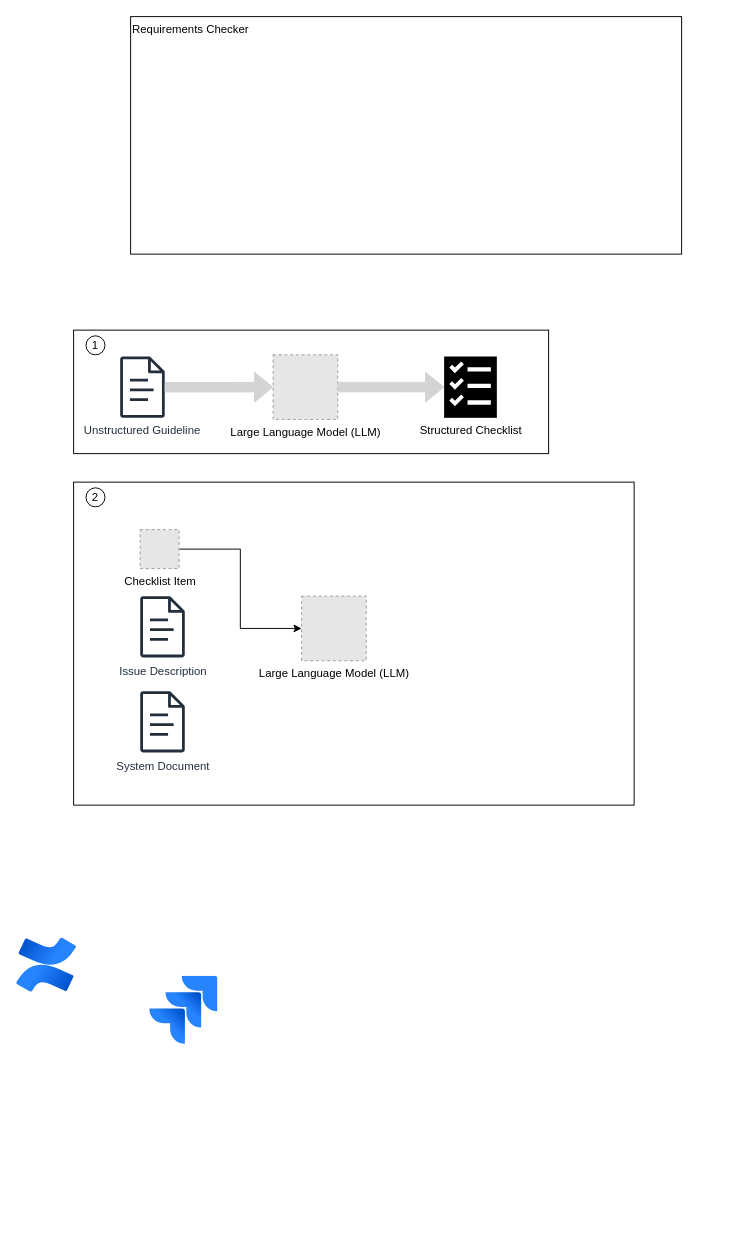
TizianDippold/llm-ticket-checker keeps this draw.io diagram as Untitled Diagram.drawio. Above is the earlier version. Source tidied: cells renumbered, new cells numbered last; positions are measured from the earlier drawing's top-left corner, leaving out a move shared by most shapes. Both pictures are drawn from the tidied source at 95%, with x=0, y=0 at pixel (16, 16). Pictures stored in the file or linked from it are replaced by grey dashed boxes.
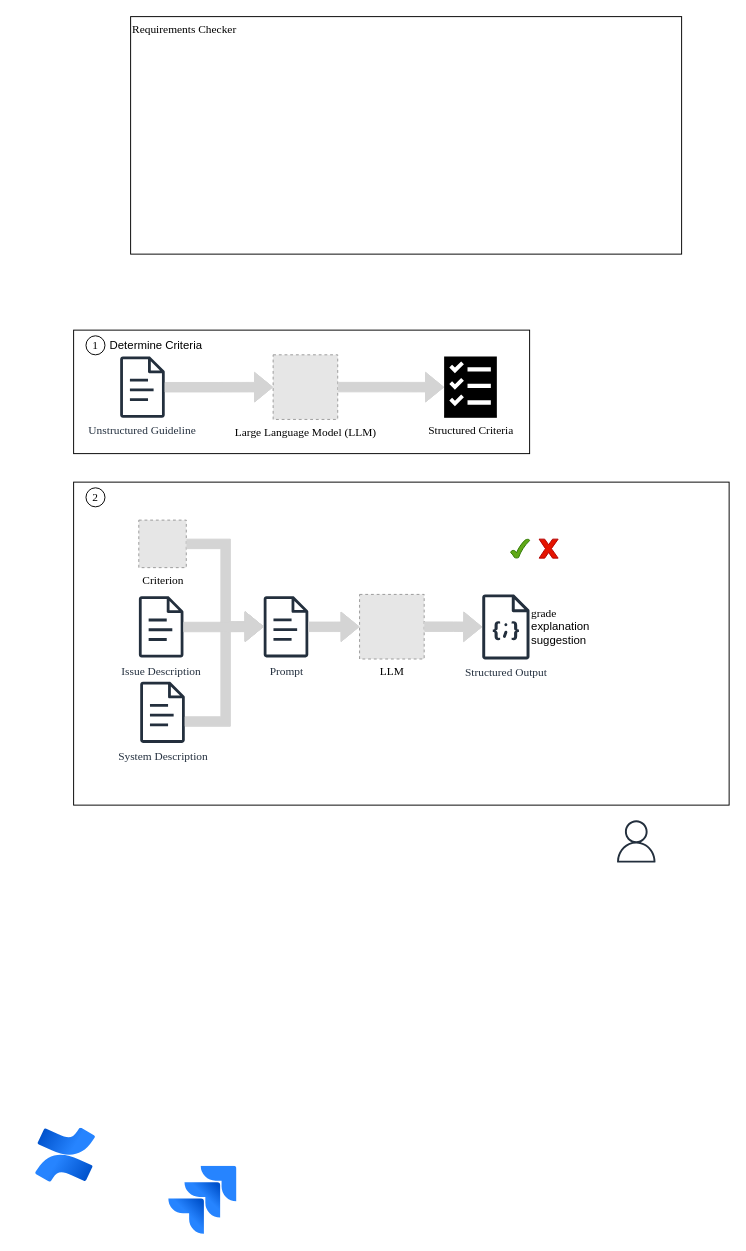
The same page after the edit.

Commit message:
Added checking system

Change to the diagram source:
```diff
@@
-    <mxCell id="2" style="rounded=0;whiteSpace=wrap;html=1;" parent="1" vertex="1">
-      <mxGeometry x="60" y="330" width="500" height="130" as="geometry" />
+    <mxCell id="2" style="rounded=0;whiteSpace=wrap;html=1;fontFamily=Times New Roman;" parent="1" vertex="1">
+      <mxGeometry x="60" y="330" width="480" height="130" as="geometry" />
     </mxCell>
-    <mxCell id="3" value="Requirements Checker" style="rounded=0;whiteSpace=wrap;html=1;align=left;verticalAlign=top;" parent="1" vertex="1">
+    <mxCell id="3" value="Requirements Checker" style="rounded=0;whiteSpace=wrap;html=1;align=left;verticalAlign=top;fontFamily=Times New Roman;" parent="1" vertex="1">
       <mxGeometry x="120" width="580" height="250" as="geometry" />
     </mxCell>
-    <mxCell id="4" style="image;html=1;image=img/lib/atlassian/Confluence_Logo.svg;" parent="1" vertex="1">
-      <mxGeometry y="970" width="63" height="57" as="geometry" />
+    <mxCell id="4" style="image;html=1;image=img/lib/atlassian/Confluence_Logo.svg;fontFamily=Times New Roman;" parent="1" vertex="1">
+      <mxGeometry x="20" y="1170" width="63" height="57" as="geometry" />
     </mxCell>
-    <mxCell id="5" style="image;html=1;image=img/lib/atlassian/Jira_Logo.svg;" parent="1" vertex="1">
-      <mxGeometry x="140" y="1010" width="72" height="72" as="geometry" />
+    <mxCell id="5" style="image;html=1;image=img/lib/atlassian/Jira_Logo.svg;fontFamily=Times New Roman;" parent="1" vertex="1">
+      <mxGeometry x="160" y="1210" width="72" height="72" as="geometry" />
     </mxCell>
-    <mxCell id="6" value="Large Language Model (LLM)" style="fillColor=#E6E6E6;strokeColor=#999999;dashed=1;html=1;verticalAlign=top;verticalLabelPosition=bottom;labelBackgroundColor=#ffffff;" parent="1" vertex="1">
+    <mxCell id="6" value="Large Language Model (LLM)" style="fillColor=#E6E6E6;strokeColor=#999999;dashed=1;html=1;verticalAlign=top;verticalLabelPosition=bottom;labelBackgroundColor=#ffffff;fontFamily=Times New Roman;" parent="1" vertex="1">
       <mxGeometry x="270" y="356" width="68" height="68" as="geometry" />
     </mxCell>
-    <mxCell id="7" style="edgeStyle=orthogonalEdgeStyle;rounded=0;jettySize=auto;html=1;shape=flexArrow;fillColor=#D4D4D4;fillStyle=auto;strokeColor=#D4D4D4;entryX=0;entryY=0.5;entryDx=0;entryDy=0;entryPerimeter=0;" parent="1" edge="1" source="6" target="9">
+    <mxCell id="7" style="edgeStyle=orthogonalEdgeStyle;rounded=0;jettySize=auto;html=1;shape=flexArrow;fillColor=#D4D4D4;fillStyle=auto;strokeColor=#D4D4D4;entryX=0;entryY=0.5;entryDx=0;entryDy=0;entryPerimeter=0;fontFamily=Times New Roman;" parent="1" edge="1" source="6" target="9">
       <mxGeometry relative="1" as="geometry" />
     </mxCell>
-    <mxCell id="8" value="1" style="ellipse;whiteSpace=wrap;html=1;verticalAlign=middle;align=center;" parent="1" vertex="1">
+    <mxCell id="8" value="1" style="ellipse;whiteSpace=wrap;html=1;verticalAlign=middle;align=center;fontFamily=Times New Roman;" parent="1" vertex="1">
       <mxGeometry x="73" y="336" width="20" height="20" as="geometry" />
     </mxCell>
-    <mxCell id="9" value="Structured Checklist" style="outlineConnect=0;dashed=0;verticalLabelPosition=bottom;verticalAlign=top;align=center;html=1;shape=mxgraph.aws3.checklist;fillColor=#000000;" parent="1" vertex="1">
+    <mxCell id="9" value="Structured Criteria" style="outlineConnect=0;dashed=0;verticalLabelPosition=bottom;verticalAlign=top;align=center;html=1;shape=mxgraph.aws3.checklist;fillColor=#000000;fontFamily=Times New Roman;" parent="1" vertex="1">
       <mxGeometry x="450" y="357.8" width="55.5" height="64.5" as="geometry" />
     </mxCell>
-    <mxCell id="10" style="rounded=0;whiteSpace=wrap;html=1;" parent="1" vertex="1">
-      <mxGeometry x="60" y="490" width="590" height="340" as="geometry" />
+    <mxCell id="10" style="rounded=0;whiteSpace=wrap;html=1;fontFamily=Times New Roman;" parent="1" vertex="1">
+      <mxGeometry x="60" y="490" width="690" height="340" as="geometry" />
     </mxCell>
-    <mxCell id="11" value="Large Language Model (LLM)" style="fillColor=#E6E6E6;strokeColor=#999999;dashed=1;html=1;verticalAlign=top;verticalLabelPosition=bottom;labelBackgroundColor=#ffffff;" parent="1" vertex="1">
-      <mxGeometry x="300" y="610" width="68" height="68" as="geometry" />
+    <mxCell id="11" value="LLM" style="fillColor=#E6E6E6;strokeColor=#999999;dashed=1;html=1;verticalAlign=top;verticalLabelPosition=bottom;labelBackgroundColor=#ffffff;fontFamily=Times New Roman;" parent="1" vertex="1">
+      <mxGeometry x="361" y="608.2" width="68" height="68" as="geometry" />
     </mxCell>
-    <mxCell id="12" value="2" style="ellipse;whiteSpace=wrap;html=1;verticalAlign=middle;align=center;" parent="1" vertex="1">
+    <mxCell id="12" value="2" style="ellipse;whiteSpace=wrap;html=1;verticalAlign=middle;align=center;fontFamily=Times New Roman;" parent="1" vertex="1">
       <mxGeometry x="73" y="496" width="20" height="20" as="geometry" />
     </mxCell>
-    <mxCell id="13" style="edgeStyle=orthogonalEdgeStyle;rounded=0;jettySize=auto;html=1;entryX=0;entryY=0.5;entryDx=0;entryDy=0;" parent="1" edge="1" source="14" target="11">
-      <mxGeometry relative="1" as="geometry" />
-    </mxCell>
-    <mxCell id="14" value="Checklist Item" style="fillColor=#E6E6E6;strokeColor=#999999;dashed=1;html=1;verticalAlign=top;verticalLabelPosition=bottom;labelBackgroundColor=#ffffff;" parent="1" vertex="1">
-      <mxGeometry x="130" y="540" width="41" height="41" as="geometry" />
+    <mxCell id="14" value="Criterion" style="fillColor=#E6E6E6;strokeColor=#999999;dashed=1;html=1;verticalAlign=top;verticalLabelPosition=bottom;labelBackgroundColor=#ffffff;fontFamily=Times New Roman;" parent="1" vertex="1">
+      <mxGeometry x="128.6" y="530" width="50" height="50" as="geometry" />
     </mxCell>
-    <mxCell id="15" value="Unstructured Guideline" style="sketch=0;outlineConnect=0;fontColor=#232F3E;gradientColor=none;fillColor=#232F3D;strokeColor=none;dashed=0;verticalLabelPosition=bottom;verticalAlign=top;align=center;html=1;fontSize=12;fontStyle=0;shape=mxgraph.aws4.document;" parent="1" vertex="1">
+    <mxCell id="15" value="Unstructured Guideline" style="sketch=0;outlineConnect=0;fontColor=#232F3E;gradientColor=none;fillColor=#232F3D;strokeColor=none;dashed=0;verticalLabelPosition=bottom;verticalAlign=top;align=center;html=1;fontSize=12;fontStyle=0;shape=mxgraph.aws4.document;fontFamily=Times New Roman;" parent="1" vertex="1">
       <mxGeometry x="108.9" y="357.8" width="47.1" height="64.5" as="geometry" />
     </mxCell>
-    <mxCell id="16" style="edgeStyle=orthogonalEdgeStyle;rounded=0;jettySize=auto;html=1;shape=flexArrow;fillColor=#D4D4D4;fillStyle=auto;strokeColor=#D4D4D4;" parent="1" edge="1" source="15" target="6">
+    <mxCell id="16" style="edgeStyle=orthogonalEdgeStyle;rounded=0;jettySize=auto;html=1;shape=flexArrow;fillColor=#D4D4D4;fillStyle=auto;strokeColor=#D4D4D4;fontFamily=Times New Roman;" parent="1" edge="1" source="15" target="6">
       <mxGeometry relative="1" as="geometry" />
     </mxCell>
-    <mxCell id="17" value="Issue Description" style="sketch=0;outlineConnect=0;fontColor=#232F3E;gradientColor=none;fillColor=#232F3D;strokeColor=none;dashed=0;verticalLabelPosition=bottom;verticalAlign=top;align=center;html=1;fontSize=12;fontStyle=0;shape=mxgraph.aws4.document;" parent="1" vertex="1">
-      <mxGeometry x="130" y="610" width="47.1" height="64.5" as="geometry" />
+    <mxCell id="17" value="Issue Description" style="sketch=0;outlineConnect=0;fontColor=#232F3E;gradientColor=none;fillColor=#232F3D;strokeColor=none;dashed=0;verticalLabelPosition=bottom;verticalAlign=top;align=center;html=1;fontSize=12;fontStyle=0;shape=mxgraph.aws4.document;fontFamily=Times New Roman;" parent="1" vertex="1">
+      <mxGeometry x="128.6" y="610.2" width="47.1" height="64.5" as="geometry" />
     </mxCell>
-    <mxCell id="18" value="System Document" style="sketch=0;outlineConnect=0;fontColor=#232F3E;gradientColor=none;fillColor=#232F3D;strokeColor=none;dashed=0;verticalLabelPosition=bottom;verticalAlign=top;align=center;html=1;fontSize=12;fontStyle=0;shape=mxgraph.aws4.document;" parent="1" vertex="1">
-      <mxGeometry x="130" y="710" width="47.1" height="64.5" as="geometry" />
+    <mxCell id="18" value="System Description" style="sketch=0;outlineConnect=0;fontColor=#232F3E;gradientColor=none;fillColor=#232F3D;strokeColor=none;dashed=0;verticalLabelPosition=bottom;verticalAlign=top;align=center;html=1;fontSize=12;fontStyle=0;shape=mxgraph.aws4.document;fontFamily=Times New Roman;" parent="1" vertex="1">
+      <mxGeometry x="130" y="700" width="47.1" height="64.5" as="geometry" />
     </mxCell>
+    <mxCell id="19" style="edgeStyle=orthogonalEdgeStyle;rounded=0;jettySize=auto;html=1;shape=flexArrow;fillColor=#D4D4D4;fillStyle=auto;strokeColor=#D4D4D4;fontFamily=Times New Roman;" parent="1" edge="1" source="14" target="21">
+      <mxGeometry relative="1" as="geometry">
+        <Array as="points">
+          <mxPoint x="220" y="555" />
+          <mxPoint x="220" y="642" />
+        </Array>
+      </mxGeometry>
+    </mxCell>
+    <mxCell id="20" style="edgeStyle=orthogonalEdgeStyle;rounded=0;jettySize=auto;html=1;shape=flexArrow;fillColor=#D4D4D4;fillStyle=auto;strokeColor=#D4D4D4;fontFamily=Times New Roman;" parent="1" edge="1" source="18" target="21">
+      <mxGeometry relative="1" as="geometry">
+        <Array as="points">
+          <mxPoint x="220" y="742" />
+          <mxPoint x="220" y="642" />
+        </Array>
+      </mxGeometry>
+    </mxCell>
+    <mxCell id="21" value="Prompt" style="sketch=0;outlineConnect=0;fontColor=#232F3E;gradientColor=none;fillColor=#232F3D;strokeColor=none;dashed=0;verticalLabelPosition=bottom;verticalAlign=top;align=center;html=1;fontSize=12;fontStyle=0;shape=mxgraph.aws4.document;fontFamily=Times New Roman;fillStyle=auto;shadow=0;labelBackgroundColor=none;" parent="1" vertex="1">
+      <mxGeometry x="260" y="610" width="47.1" height="64.5" as="geometry" />
+    </mxCell>
+    <mxCell id="22" style="edgeStyle=orthogonalEdgeStyle;rounded=0;jettySize=auto;html=1;shape=flexArrow;fillColor=#D4D4D4;fillStyle=auto;strokeColor=#D4D4D4;fontFamily=Times New Roman;" parent="1" edge="1" source="21" target="11">
+      <mxGeometry relative="1" as="geometry" />
+    </mxCell>
+    <mxCell id="23" style="verticalLabelPosition=bottom;verticalAlign=top;html=1;shape=mxgraph.basic.x;fillColor=#e51400;fontColor=#ffffff;strokeColor=#B20000;fontFamily=Times New Roman;" parent="1" vertex="1">
+      <mxGeometry x="550" y="550" width="20" height="20" as="geometry" />
+    </mxCell>
+    <mxCell id="24" style="verticalLabelPosition=bottom;verticalAlign=top;html=1;shape=mxgraph.basic.tick;fillColor=#60a917;fontColor=#ffffff;strokeColor=#2D7600;fontFamily=Times New Roman;" parent="1" vertex="1">
+      <mxGeometry x="520" y="550" width="20" height="20" as="geometry" />
+    </mxCell>
+    <mxCell id="25" style="edgeStyle=orthogonalEdgeStyle;rounded=0;jettySize=auto;html=1;shape=flexArrow;fillColor=#D4D4D4;fillStyle=auto;strokeColor=#D4D4D4;fontFamily=Times New Roman;" parent="1" edge="1" source="11" target="26">
+      <mxGeometry relative="1" as="geometry" />
+    </mxCell>
+    <mxCell id="26" value="Structured Output" style="outlineConnect=0;fontColor=#232F3E;gradientColor=none;fillColor=#232F3D;strokeColor=none;dashed=0;verticalLabelPosition=bottom;verticalAlign=top;align=center;html=1;fontSize=12;fontStyle=0;shape=mxgraph.aws4.json_script;fontFamily=Times New Roman;shadow=0;" parent="1" vertex="1">
+      <mxGeometry x="490" y="608.2" width="50" height="68.4" as="geometry" />
+    </mxCell>
+    <mxCell id="27" style="edgeStyle=orthogonalEdgeStyle;rounded=0;jettySize=auto;html=1;shape=flexArrow;fillColor=#D4D4D4;fillStyle=auto;strokeColor=#D4D4D4;fontFamily=Times New Roman;" parent="1" edge="1" source="17" target="21">
+      <mxGeometry relative="1" as="geometry" />
+    </mxCell>
+    <mxCell id="28" value="Determine Criteria" style="text;html=1;align=center;verticalAlign=middle;whiteSpace=wrap;rounded=0;" parent="1" vertex="1">
+      <mxGeometry x="82" y="331" width="130" height="30" as="geometry" />
+    </mxCell>
+    <mxCell id="29" value="&lt;font face=&quot;Times New Roman&quot;&gt;grade&lt;/font&gt;&lt;div&gt;&lt;font face=&quot;m4Ld-aXF-lWwIyuSFTrA&quot;&gt;explanation&lt;/font&gt;&lt;/div&gt;&lt;div&gt;&lt;font face=&quot;m4Ld-aXF-lWwIyuSFTrA&quot;&gt;suggestion&lt;/font&gt;&lt;/div&gt;" style="text;html=1;align=left;verticalAlign=middle;whiteSpace=wrap;rounded=0;" parent="1" vertex="1">
+      <mxGeometry x="540" y="606.4" width="70" height="71.8" as="geometry" />
+    </mxCell>
+    <mxCell id="30" style="sketch=0;fontColor=#232F3E;gradientColor=none;fillColor=#232F3D;strokeColor=none;dashed=0;verticalLabelPosition=bottom;verticalAlign=top;align=center;html=1;fontSize=12;fontStyle=0;shape=mxgraph.aws4.user;" parent="1" vertex="1">
+      <mxGeometry x="630" y="846" width="44.5" height="44.5" as="geometry" />
+    </mxCell>
```
